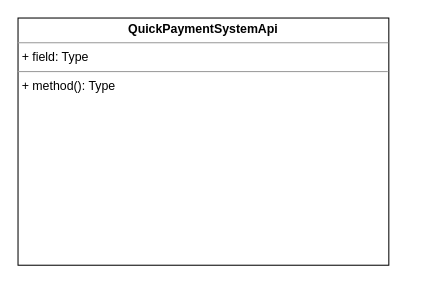
Before: UNI-14929.drawio in ShiryaevNikolay/diagrams, a draw.io diagram. Source tidied: cells renumbered, new cells numbered last; positions are measured from the earlier drawing's top-left corner, leaving out a move shared by most shapes. Both pictures are drawn from the tidied source at 103%, with x=0, y=0 at pixel (18, 18).
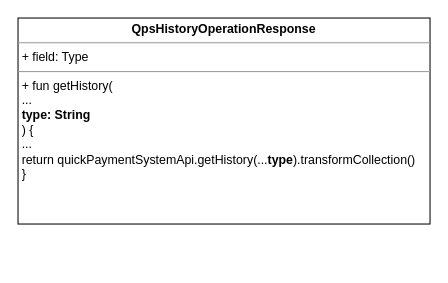
The same page after the edit.

The edit, as a diff of the source:
```diff
@@
 <mxGraphModel>
   <root>
     <mxCell id="0" />
     <mxCell id="1" parent="0" />
-    <mxCell id="2" value="&lt;p style=&quot;margin: 0px ; margin-top: 4px ; text-align: center&quot;&gt;&lt;b&gt;QuickPaymentSystemApi&lt;/b&gt;&lt;/p&gt;&lt;hr size=&quot;1&quot;&gt;&lt;p style=&quot;margin: 0px ; margin-left: 4px&quot;&gt;+ field: Type&lt;/p&gt;&lt;hr size=&quot;1&quot;&gt;&lt;p style=&quot;margin: 0px ; margin-left: 4px&quot;&gt;+ method(): Type&lt;/p&gt;" style="verticalAlign=top;align=left;overflow=fill;fontSize=12;fontFamily=Helvetica;html=1;" parent="1" vertex="1">
-      <mxGeometry width="360" height="240" as="geometry" />
+    <mxCell id="2" value="&lt;p style=&quot;margin: 0px ; margin-top: 4px ; text-align: center&quot;&gt;&lt;b&gt;QpsHistoryOperationResponse&lt;/b&gt;&lt;/p&gt;&lt;hr size=&quot;1&quot;&gt;&lt;p style=&quot;margin: 0px ; margin-left: 4px&quot;&gt;+ field: Type&lt;/p&gt;&lt;hr size=&quot;1&quot;&gt;&lt;p style=&quot;margin: 0px ; margin-left: 4px&quot;&gt;+ fun getHistory(&lt;/p&gt;&lt;p style=&quot;margin: 0px ; margin-left: 4px&quot;&gt;...&lt;/p&gt;&lt;p style=&quot;margin: 0px ; margin-left: 4px&quot;&gt;&lt;b&gt;type: String&lt;/b&gt;&lt;br&gt;&lt;/p&gt;&lt;p style=&quot;margin: 0px ; margin-left: 4px&quot;&gt;) {&lt;/p&gt;&lt;p style=&quot;margin: 0px ; margin-left: 4px&quot;&gt;...&lt;/p&gt;&lt;p style=&quot;margin: 0px ; margin-left: 4px&quot;&gt;return quickPaymentSystemApi.getHistory(...&lt;b&gt;type&lt;/b&gt;).transformCollection()&lt;br&gt;&lt;/p&gt;&lt;p style=&quot;margin: 0px ; margin-left: 4px&quot;&gt;}&lt;br&gt;&lt;/p&gt;" style="verticalAlign=top;align=left;overflow=fill;fontSize=12;fontFamily=Helvetica;html=1;" parent="1" vertex="1">
+      <mxGeometry width="400" height="200" as="geometry" />
     </mxCell>
   </root>
 </mxGraphModel>
```
